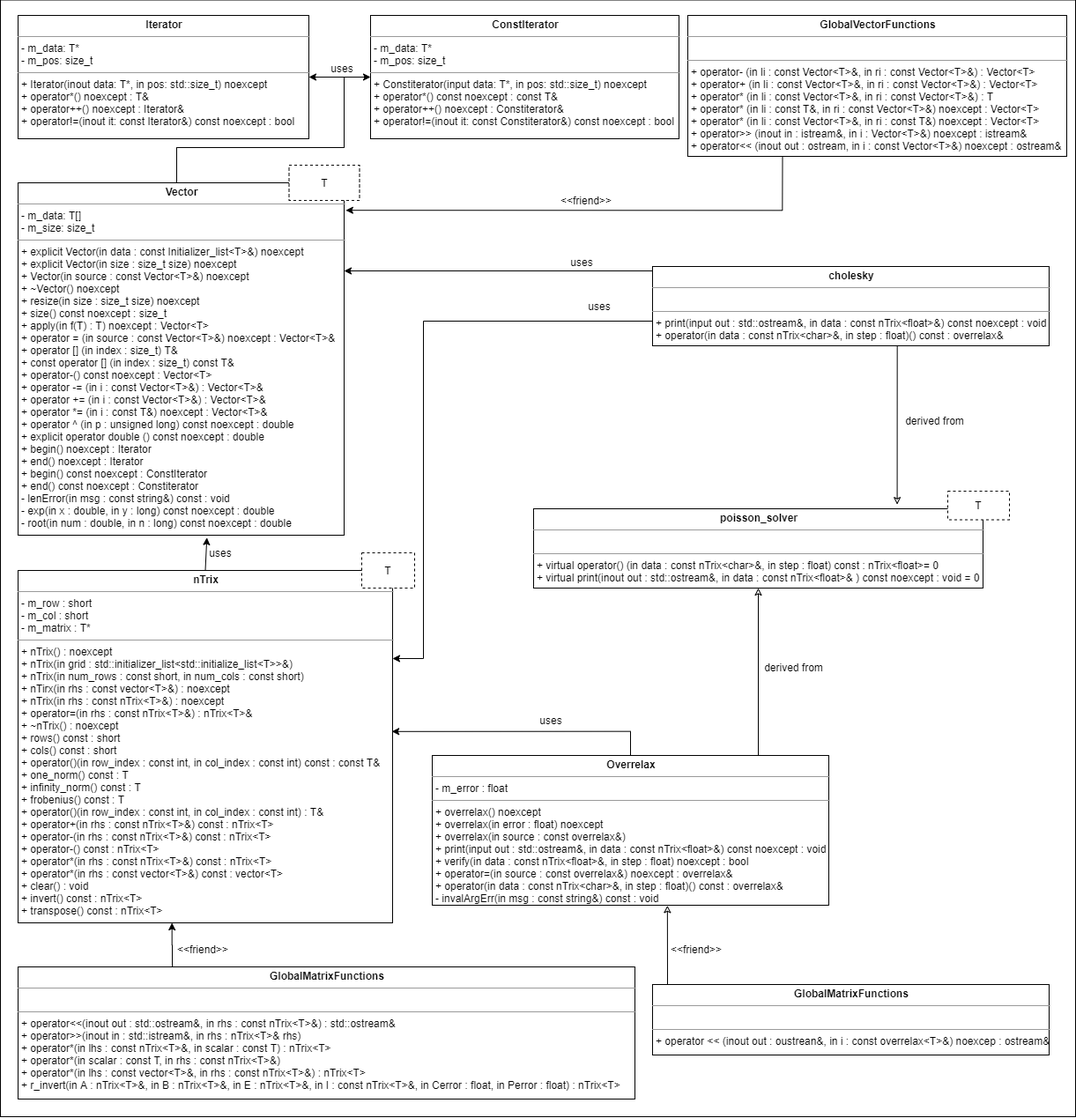
noahklein00/cs5201_hw7 keeps this draw.io diagram as uml.png. Above is the earlier version. Source tidied: cells renumbered, new cells last; positions are measured from the earlier drawing's top-left corner, leaving out a move shared by most shapes.
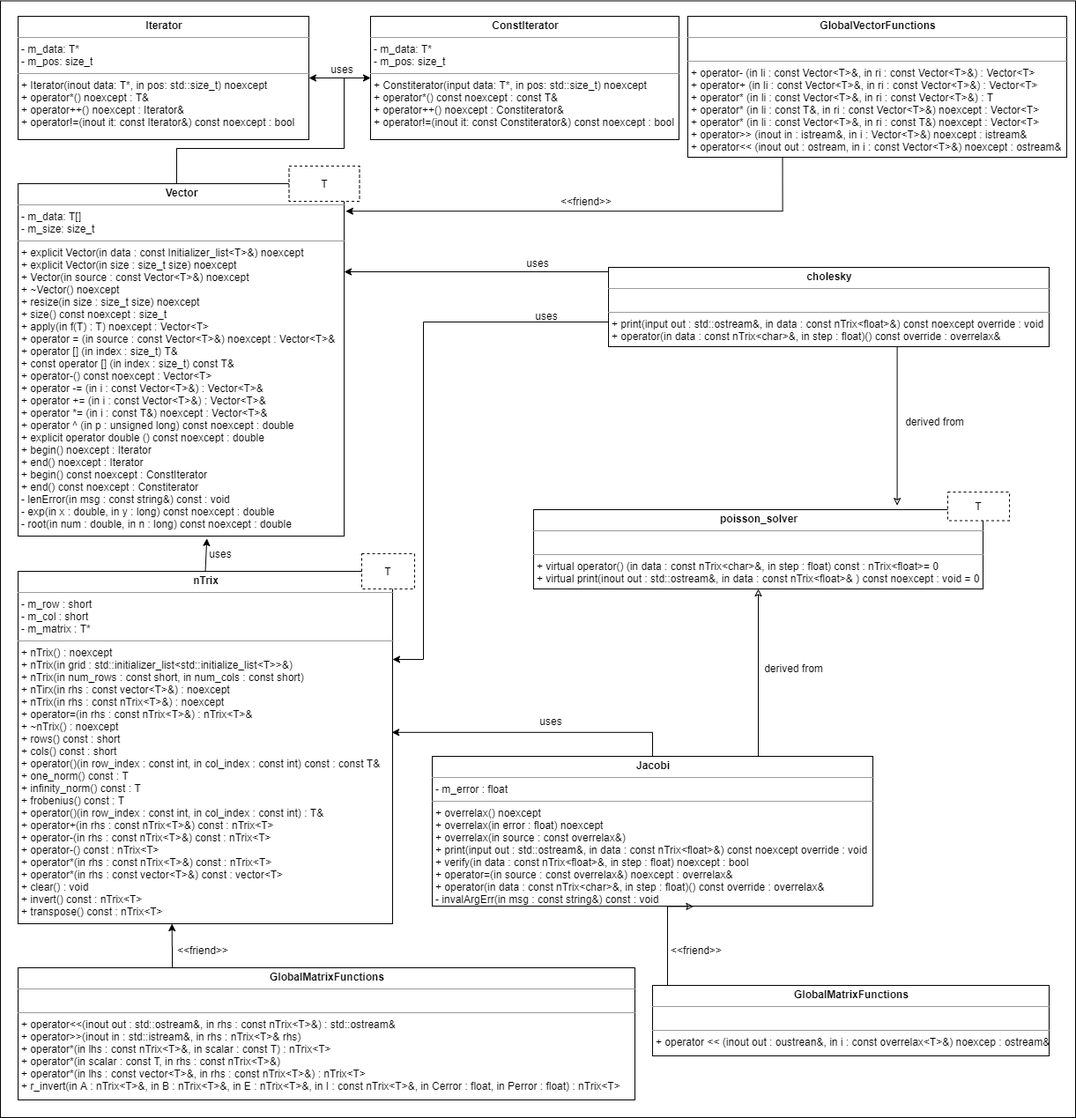
Later version of the same file.

Diff of the diagram source:
```diff
@@ -61,8 +61,8 @@
         </Array>
       </mxGeometry>
     </mxCell>
-    <mxCell id="15" value="&lt;p style=&quot;margin: 0px ; margin-top: 4px ; text-align: center&quot;&gt;&lt;b&gt;Overrelax&lt;/b&gt;&lt;/p&gt;&lt;hr size=&quot;1&quot;&gt;&lt;p style=&quot;margin: 0px ; margin-left: 4px&quot;&gt;&lt;span&gt;- m_error : float&lt;/span&gt;&lt;/p&gt;&lt;hr size=&quot;1&quot;&gt;&lt;p style=&quot;margin: 0px ; margin-left: 4px&quot;&gt;&lt;span&gt;+ overrelax() noexcept&lt;/span&gt;&lt;/p&gt;&lt;p style=&quot;margin: 0px ; margin-left: 4px&quot;&gt;&lt;span&gt;+ overrelax(in error : float&lt;/span&gt;&lt;span&gt;) noexcept&lt;/span&gt;&lt;br&gt;&lt;/p&gt;&lt;p style=&quot;margin: 0px ; margin-left: 4px&quot;&gt;+ overrelax(in source : const overrelax&amp;amp;)&lt;/p&gt;&lt;p style=&quot;margin: 0px ; margin-left: 4px&quot;&gt;+ print(input out : std::ostream&amp;amp;, in data : const nTrix&amp;lt;float&amp;gt;&amp;amp;) const noexcept : void&lt;/p&gt;&lt;p style=&quot;margin: 0px ; margin-left: 4px&quot;&gt;+ verify(in data : const nTrix&amp;lt;float&amp;gt;&amp;amp;, in step : float&lt;span&gt;) noexcept : bool&lt;/span&gt;&lt;/p&gt;&lt;p style=&quot;margin: 0px ; margin-left: 4px&quot;&gt;+ operator=(in source : const overrelax&amp;amp;) noexcept : overrelax&amp;amp;&lt;/p&gt;&lt;p style=&quot;margin: 0px ; margin-left: 4px&quot;&gt;+ operator(in data : const nTrix&amp;lt;char&amp;gt;&amp;amp;, in step : float)() const : overrelax&amp;amp;&lt;/p&gt;&lt;p style=&quot;margin: 0px ; margin-left: 4px&quot;&gt;-&amp;nbsp;invalArgErr(in msg : const string&amp;amp;) const : void&lt;/p&gt;" style="verticalAlign=top;align=left;overflow=fill;fontSize=12;fontFamily=Helvetica;html=1;rounded=0;shadow=0;comic=0;labelBackgroundColor=none;strokeWidth=1;" parent="1" vertex="1">
-      <mxGeometry x="490" y="858" width="450" height="170" as="geometry" />
+    <mxCell id="15" value="&lt;p style=&quot;margin: 0px ; margin-top: 4px ; text-align: center&quot;&gt;&lt;b&gt;Jacobi&lt;/b&gt;&lt;/p&gt;&lt;hr size=&quot;1&quot;&gt;&lt;p style=&quot;margin: 0px ; margin-left: 4px&quot;&gt;&lt;span&gt;- m_error : float&lt;/span&gt;&lt;/p&gt;&lt;hr size=&quot;1&quot;&gt;&lt;p style=&quot;margin: 0px ; margin-left: 4px&quot;&gt;&lt;span&gt;+ overrelax() noexcept&lt;/span&gt;&lt;/p&gt;&lt;p style=&quot;margin: 0px ; margin-left: 4px&quot;&gt;&lt;span&gt;+ overrelax(in error : float&lt;/span&gt;&lt;span&gt;) noexcept&lt;/span&gt;&lt;br&gt;&lt;/p&gt;&lt;p style=&quot;margin: 0px ; margin-left: 4px&quot;&gt;+ overrelax(in source : const overrelax&amp;amp;)&lt;/p&gt;&lt;p style=&quot;margin: 0px ; margin-left: 4px&quot;&gt;+ print(input out : std::ostream&amp;amp;, in data : const nTrix&amp;lt;float&amp;gt;&amp;amp;) const noexcept override : void&lt;/p&gt;&lt;p style=&quot;margin: 0px ; margin-left: 4px&quot;&gt;+ verify(in data : const nTrix&amp;lt;float&amp;gt;&amp;amp;, in step : float&lt;span&gt;) noexcept : bool&lt;/span&gt;&lt;/p&gt;&lt;p style=&quot;margin: 0px ; margin-left: 4px&quot;&gt;+ operator=(in source : const overrelax&amp;amp;) noexcept : overrelax&amp;amp;&lt;/p&gt;&lt;p style=&quot;margin: 0px ; margin-left: 4px&quot;&gt;+ operator(in data : const nTrix&amp;lt;char&amp;gt;&amp;amp;, in step : float)() const override : overrelax&amp;amp;&lt;/p&gt;&lt;p style=&quot;margin: 0px ; margin-left: 4px&quot;&gt;-&amp;nbsp;invalArgErr(in msg : const string&amp;amp;) const : void&lt;/p&gt;" style="verticalAlign=top;align=left;overflow=fill;fontSize=12;fontFamily=Helvetica;html=1;rounded=0;shadow=0;comic=0;labelBackgroundColor=none;strokeWidth=1;" parent="1" vertex="1">
+      <mxGeometry x="490" y="858" width="500" height="170" as="geometry" />
     </mxCell>
     <mxCell id="16" style="edgeStyle=orthogonalEdgeStyle;rounded=0;jettySize=auto;html=1;exitX=0;exitY=0.75;exitDx=0;exitDy=0;entryX=1;entryY=0.25;entryDx=0;entryDy=0;" parent="1" edge="1" source="19" target="7">
       <mxGeometry relative="1" as="geometry">
@@ -86,8 +86,8 @@
         </Array>
       </mxGeometry>
     </mxCell>
-    <mxCell id="19" value="&lt;p style=&quot;margin: 0px ; margin-top: 4px ; text-align: center&quot;&gt;&lt;b&gt;cholesky&lt;/b&gt;&lt;/p&gt;&lt;hr size=&quot;1&quot;&gt;&lt;p style=&quot;margin: 0px ; margin-left: 4px&quot;&gt;&lt;br&gt;&lt;/p&gt;&lt;hr size=&quot;1&quot;&gt;&lt;p style=&quot;margin: 0px ; margin-left: 4px&quot;&gt;+ print(input out : std::ostream&amp;amp;, in data : const nTrix&amp;lt;float&amp;gt;&amp;amp;) const noexcept : void&lt;br&gt;&lt;/p&gt;&lt;p style=&quot;margin: 0px ; margin-left: 4px&quot;&gt;+ operator(in data : const nTrix&amp;lt;char&amp;gt;&amp;amp;, in step : float)() const : overrelax&amp;amp;&lt;br&gt;&lt;/p&gt;" style="verticalAlign=top;align=left;overflow=fill;fontSize=12;fontFamily=Helvetica;html=1;rounded=0;shadow=0;comic=0;labelBackgroundColor=none;strokeWidth=1;" parent="1" vertex="1">
-      <mxGeometry x="740" y="303" width="450" height="90" as="geometry" />
+    <mxCell id="19" value="&lt;p style=&quot;margin: 0px ; margin-top: 4px ; text-align: center&quot;&gt;&lt;b&gt;cholesky&lt;/b&gt;&lt;/p&gt;&lt;hr size=&quot;1&quot;&gt;&lt;p style=&quot;margin: 0px ; margin-left: 4px&quot;&gt;&lt;br&gt;&lt;/p&gt;&lt;hr size=&quot;1&quot;&gt;&lt;p style=&quot;margin: 0px ; margin-left: 4px&quot;&gt;+ print(input out : std::ostream&amp;amp;, in data : const nTrix&amp;lt;float&amp;gt;&amp;amp;) const noexcept override : void&lt;br&gt;&lt;/p&gt;&lt;p style=&quot;margin: 0px ; margin-left: 4px&quot;&gt;+ operator(in data : const nTrix&amp;lt;char&amp;gt;&amp;amp;, in step : float)() const override : overrelax&amp;amp;&lt;br&gt;&lt;/p&gt;" style="verticalAlign=top;align=left;overflow=fill;fontSize=12;fontFamily=Helvetica;html=1;rounded=0;shadow=0;comic=0;labelBackgroundColor=none;strokeWidth=1;" parent="1" vertex="1">
+      <mxGeometry x="690" y="303" width="500" height="90" as="geometry" />
     </mxCell>
     <mxCell id="20" style="edgeStyle=orthogonalEdgeStyle;rounded=0;jettySize=auto;html=1;exitX=0.029;exitY=0.013;exitDx=0;exitDy=0;entryX=0.593;entryY=1.002;entryDx=0;entryDy=0;endArrow=classic;endFill=0;entryPerimeter=0;exitPerimeter=0;" parent="1" edge="1" source="21" target="15">
       <mxGeometry relative="1" as="geometry">
@@ -130,7 +130,7 @@
       <mxGeometry x="230" y="618" width="40" height="20" as="geometry" />
     </mxCell>
     <mxCell id="32" value="uses" style="text;html=1;strokeColor=none;fillColor=none;align=center;verticalAlign=middle;whiteSpace=wrap;rounded=0;" parent="1" vertex="1">
-      <mxGeometry x="640" y="288" width="40" height="20" as="geometry" />
+      <mxGeometry x="590" y="288" width="40" height="20" as="geometry" />
     </mxCell>
     <mxCell id="33" value="derived from" style="text;html=1;align=center;verticalAlign=middle;" parent="1" vertex="1">
       <mxGeometry x="860" y="748" width="80" height="20" as="geometry" />
@@ -142,7 +142,7 @@
       <mxGeometry x="770" y="1068" width="40" height="20" as="geometry" />
     </mxCell>
     <mxCell id="36" value="uses" style="text;html=1;strokeColor=none;fillColor=none;align=center;verticalAlign=middle;whiteSpace=wrap;rounded=0;" parent="1" vertex="1">
-      <mxGeometry x="660" y="338" width="40" height="20" as="geometry" />
+      <mxGeometry x="600" y="348" width="40" height="20" as="geometry" />
     </mxCell>
     <mxCell id="37" value="derived from" style="text;html=1;align=center;verticalAlign=middle;" parent="1" vertex="1">
       <mxGeometry x="1020" y="468" width="80" height="20" as="geometry" />
```
